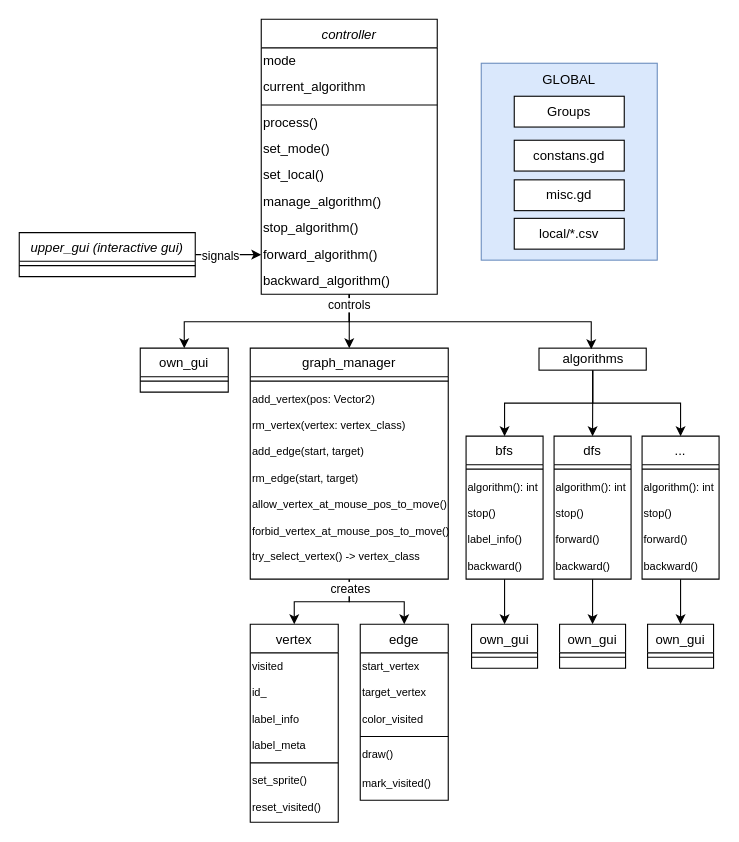
Above: docs/basic_architecture.drawio in cppcake/visu_alpro (draw.io), before the change. Source tidied: cells renumbered, new cells numbered last; positions are measured from the earlier drawing's top-left corner, leaving out a move shared by most shapes. Both pictures are drawn from the tidied source at 110%, with x=0, y=0 at pixel (19, 19).
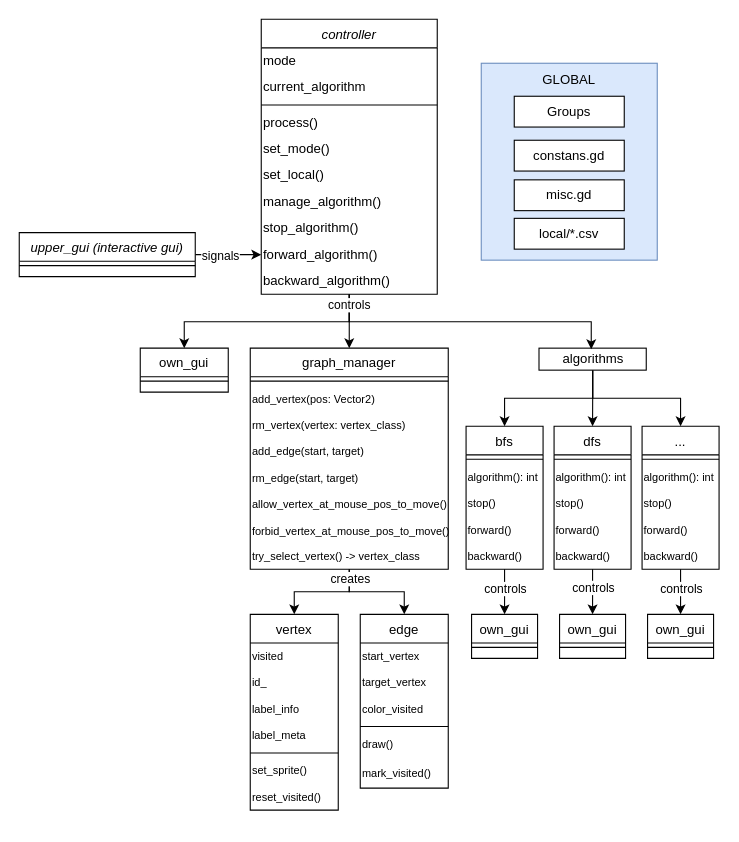
After the change.

Unchanged cells that the change refers to:
```xml
<mxCell id="40" style="edgeStyle=orthogonalEdgeStyle;rounded=0;jettySize=auto;html=1;entryX=0.5;entryY=0;entryDx=0;entryDy=0;" parent="1" edge="1" source="41" target="73">
  <mxGeometry relative="1" as="geometry" />
</mxCell>
<mxCell id="47" style="edgeStyle=orthogonalEdgeStyle;rounded=0;jettySize=auto;html=1;entryX=0.5;entryY=0;entryDx=0;entryDy=0;" parent="1" edge="1" source="48" target="75">
  <mxGeometry relative="1" as="geometry" />
</mxCell>
<mxCell id="81" style="edgeStyle=orthogonalEdgeStyle;rounded=0;jettySize=auto;html=1;entryX=0.5;entryY=0;entryDx=0;entryDy=0;" parent="1" edge="1" source="39" target="71">
  <mxGeometry relative="1" as="geometry" />
</mxCell>
```

The edit, as a diff of the source:
```diff
@@
     <mxCell id="17" value="graph_manager" style="swimlane;fontStyle=0;align=center;verticalAlign=top;horizontal=1;startSize=26;rounded=0;shadow=0;strokeWidth=1;" parent="1" vertex="1">
-      <mxGeometry x="210" y="299" width="180" height="210" as="geometry" />
+      <mxGeometry x="210" y="299" width="180" height="201" as="geometry" />
     </mxCell>
@@
     <mxCell id="34" value="bfs" style="swimlane;fontStyle=0;align=center;verticalAlign=top;horizontal=1;startSize=26;rounded=0;shadow=0;strokeWidth=1;" parent="1" vertex="1">
-      <mxGeometry x="406.2" y="379" width="70" height="130" as="geometry" />
+      <mxGeometry x="406.2" y="370" width="70" height="130" as="geometry" />
     </mxCell>
@@
-    <mxCell id="38" value="label_info()" style="text;html=1;align=left;verticalAlign=middle;whiteSpace=wrap;rounded=0;fontSize=10;" parent="34" vertex="1">
+    <mxCell id="38" value="forward()" style="text;html=1;align=left;verticalAlign=middle;whiteSpace=wrap;rounded=0;fontSize=10;" parent="34" vertex="1">
       <mxGeometry y="82" width="70" height="24" as="geometry" />
     </mxCell>
@@
+    <mxCell id="87" value="controls" style="edgeLabel;html=1;align=center;verticalAlign=middle;" parent="40" vertex="1">
+      <mxGeometry x="-0.21" y="-1" relative="1" as="geometry">
+        <mxPoint x="1" as="offset" />
+      </mxGeometry>
+    </mxCell>
     <mxCell id="41" value="dfs" style="swimlane;fontStyle=0;align=center;verticalAlign=top;horizontal=1;startSize=26;rounded=0;shadow=0;strokeWidth=1;" parent="1" vertex="1">
-      <mxGeometry x="486.2" y="379" width="70" height="130" as="geometry" />
+      <mxGeometry x="486.2" y="370" width="70" height="130" as="geometry" />
     </mxCell>
@@
+    <mxCell id="88" value="controls" style="edgeLabel;html=1;align=center;verticalAlign=middle;" parent="47" vertex="1">
+      <mxGeometry x="-0.17" relative="1" as="geometry" />
+    </mxCell>
     <mxCell id="48" value="..." style="swimlane;fontStyle=0;align=center;verticalAlign=top;horizontal=1;startSize=26;rounded=0;shadow=0;strokeWidth=1;" parent="1" vertex="1">
-      <mxGeometry x="566.2" y="379" width="70" height="130" as="geometry" />
+      <mxGeometry x="566.2" y="370" width="70" height="130" as="geometry" />
     </mxCell>
@@
     <mxCell id="54" value="vertex" style="swimlane;fontStyle=0;align=center;verticalAlign=top;horizontal=1;startSize=26;rounded=0;shadow=0;strokeWidth=1;" parent="1" vertex="1">
-      <mxGeometry x="210" y="550" width="80" height="180" as="geometry" />
+      <mxGeometry x="210" y="541" width="80" height="178" as="geometry" />
     </mxCell>
@@
     <mxCell id="62" value="edge" style="swimlane;fontStyle=0;align=center;verticalAlign=top;horizontal=1;startSize=26;rounded=0;shadow=0;strokeWidth=1;" parent="1" vertex="1">
-      <mxGeometry x="310" y="550" width="80" height="160" as="geometry" />
+      <mxGeometry x="310" y="541" width="80" height="158" as="geometry" />
     </mxCell>
@@
     <mxCell id="71" value="own_gui" style="swimlane;fontStyle=0;align=center;verticalAlign=top;horizontal=1;startSize=26;rounded=0;shadow=0;strokeWidth=1;" parent="1" vertex="1">
-      <mxGeometry x="411.2" y="550" width="60" height="40" as="geometry" />
+      <mxGeometry x="411.2" y="541" width="60" height="40" as="geometry" />
     </mxCell>
@@
     <mxCell id="73" value="own_gui" style="swimlane;fontStyle=0;align=center;verticalAlign=top;horizontal=1;startSize=26;rounded=0;shadow=0;strokeWidth=1;" parent="1" vertex="1">
-      <mxGeometry x="491.2" y="550" width="60" height="40" as="geometry" />
+      <mxGeometry x="491.2" y="541" width="60" height="40" as="geometry" />
     </mxCell>
@@
     <mxCell id="75" value="own_gui" style="swimlane;fontStyle=0;align=center;verticalAlign=top;horizontal=1;startSize=26;rounded=0;shadow=0;strokeWidth=1;" parent="1" vertex="1">
-      <mxGeometry x="571.2" y="550" width="60" height="40" as="geometry" />
+      <mxGeometry x="571.2" y="541" width="60" height="40" as="geometry" />
     </mxCell>
@@
+    <mxCell id="89" value="controls" style="edgeLabel;html=1;align=center;verticalAlign=middle;" parent="81" vertex="1">
+      <mxGeometry x="-0.18" y="-1" relative="1" as="geometry">
+        <mxPoint x="1" as="offset" />
+      </mxGeometry>
+    </mxCell>
```
